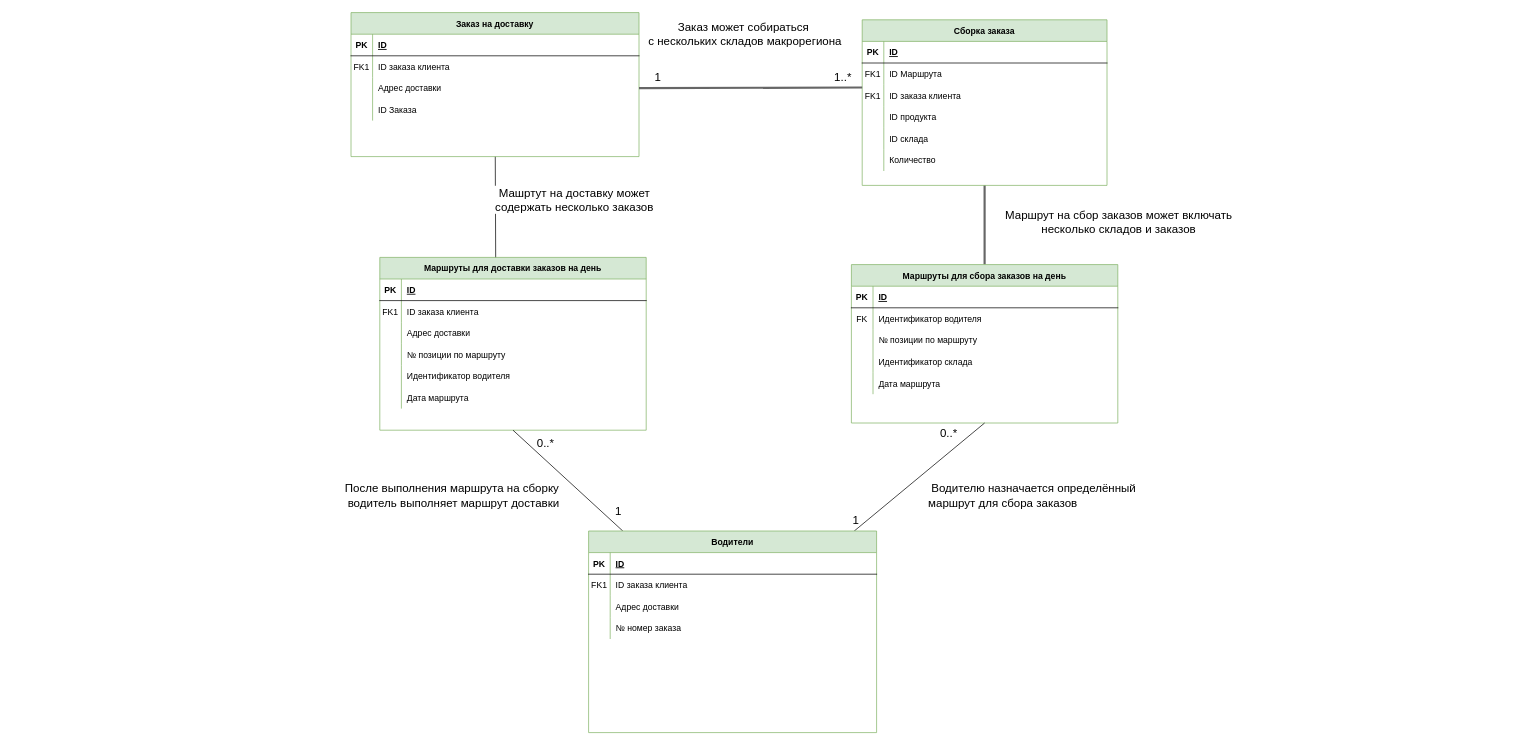
Above: ERD Доставка.drawio in getitsoIved/examplesOfArtifacts (draw.io), before the change. Source tidied: cells renumbered, new cells numbered last; positions are measured from the earlier drawing's top-left corner, leaving out a move shared by most shapes. Both pictures are drawn from the tidied source at 72%, with x=0, y=0 at pixel (351, 12).
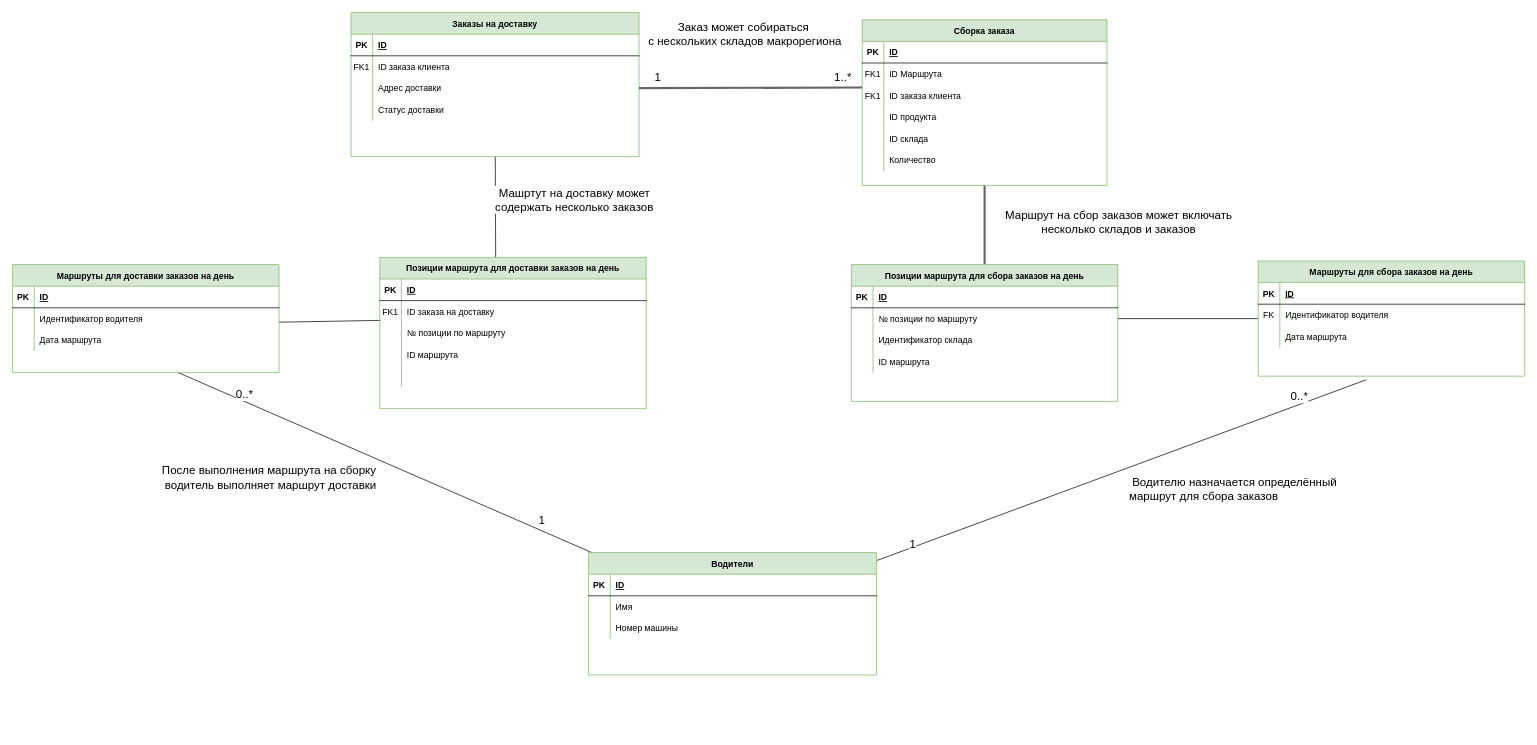
Above is the later version.

Unchanged cells that the change refers to:
```xml
<mxCell id="62" style="shape=partialRectangle;fillColor=none;points=[[0,0.5],[1,0.5]];portConstraint=eastwest;top=0;left=0;right=0;bottom=0;" parent="58" vertex="1">
  <mxGeometry y="60" width="370" height="30" as="geometry" />
</mxCell>
<mxCell id="89" style="shape=partialRectangle;fillColor=none;top=0;left=0;right=0;bottom=0;" parent="85" vertex="1">
  <mxGeometry y="60" width="400" height="30" as="geometry" />
</mxCell>
<mxCell id="92" style="shape=partialRectangle;fillColor=none;top=0;left=0;right=0;bottom=0;" parent="85" vertex="1">
  <mxGeometry y="90" width="400" height="30" as="geometry" />
</mxCell>
```

The edit, as a diff of the source:
```diff
@@
-    <mxCell id="4" value="Заказ на доставку" style="shape=table;startSize=30;childLayout=tableLayout;rowLines=0;fontStyle=1;align=center;fillColor=#d5e8d4;strokeColor=#82b366;" parent="1" vertex="1">
+    <mxCell id="4" value="Заказы на доставку" style="shape=table;startSize=30;childLayout=tableLayout;rowLines=0;fontStyle=1;align=center;fillColor=#d5e8d4;strokeColor=#82b366;" parent="1" vertex="1">
       <mxGeometry width="400" height="200" as="geometry" />
     </mxCell>
@@
-    <mxCell id="14" style="shape=partialRectangle;fillColor=none;top=0;left=0;right=0;bottom=0;" parent="4" vertex="1">
-      <mxGeometry y="120" width="400" height="30" as="geometry" />
-    </mxCell>
-    <mxCell id="15" style="shape=partialRectangle;overflow=hidden;fillColor=none;top=0;left=0;bottom=0;right=0;" parent="14" vertex="1">
-      <mxGeometry width="30" height="30" as="geometry" />
-    </mxCell>
-    <mxCell id="16" value="ID Заказа" style="shape=partialRectangle;overflow=hidden;fillColor=none;top=0;left=0;bottom=0;right=0;align=left;spacingLeft=6;" parent="14" vertex="1">
-      <mxGeometry x="30" width="370" height="30" as="geometry" />
-    </mxCell>
+    <mxCell id="98" style="shape=partialRectangle;fillColor=none;top=0;left=0;right=0;bottom=0;" parent="4" vertex="1">
+      <mxGeometry y="120" width="400" height="30" as="geometry" />
+    </mxCell>
+    <mxCell id="99" style="shape=partialRectangle;overflow=hidden;fillColor=none;top=0;left=0;bottom=0;right=0;" parent="98" vertex="1">
+      <mxGeometry width="30" height="30" as="geometry" />
+    </mxCell>
+    <mxCell id="100" value="Статус доставки" style="shape=partialRectangle;overflow=hidden;fillColor=none;top=0;left=0;bottom=0;right=0;align=left;spacingLeft=6;" parent="98" vertex="1">
+      <mxGeometry x="30" width="370" height="30" as="geometry" />
+    </mxCell>
@@
-    <mxCell id="42" value="Маршруты для сбора заказов на день" style="shape=table;startSize=30;childLayout=tableLayout;rowLines=0;fontStyle=1;align=center;fillColor=#d5e8d4;strokeColor=#82b366;" parent="1" vertex="1">
-      <mxGeometry x="695" y="350" width="370" height="220" as="geometry" />
+    <mxCell id="42" value="Позиции маршрута для сбора заказов на день" style="shape=table;startSize=30;childLayout=tableLayout;rowLines=0;fontStyle=1;align=center;fillColor=#d5e8d4;strokeColor=#82b366;" parent="1" vertex="1">
+      <mxGeometry x="695" y="350" width="370" height="190" as="geometry" />
     </mxCell>
@@
-    <mxCell id="46" style="shape=partialRectangle;fillColor=none;top=0;left=0;right=0;bottom=0;" parent="42" vertex="1">
-      <mxGeometry y="60" width="370" height="30" as="geometry" />
-    </mxCell>
-    <mxCell id="47" value="FK" style="shape=partialRectangle;overflow=hidden;fillColor=none;top=0;left=0;bottom=0;right=0;" parent="46" vertex="1">
-      <mxGeometry width="30" height="30" as="geometry" />
-    </mxCell>
-    <mxCell id="48" value="Идентификатор водителя" style="shape=partialRectangle;overflow=hidden;fillColor=none;top=0;left=0;bottom=0;right=0;align=left;spacingLeft=6;" parent="46" vertex="1">
-      <mxGeometry x="30" width="340" height="30" as="geometry" />
-    </mxCell>
     <mxCell id="49" style="shape=partialRectangle;fillColor=none;top=0;left=0;right=0;bottom=0;" parent="42" vertex="1">
-      <mxGeometry y="90" width="370" height="30" as="geometry" />
+      <mxGeometry y="60" width="370" height="30" as="geometry" />
     </mxCell>
@@
     <mxCell id="52" style="shape=partialRectangle;fillColor=none;top=0;left=0;right=0;bottom=0;" parent="42" vertex="1">
-      <mxGeometry y="120" width="370" height="30" as="geometry" />
+      <mxGeometry y="90" width="370" height="30" as="geometry" />
     </mxCell>
@@
     <mxCell id="55" style="shape=partialRectangle;fillColor=none;top=0;left=0;right=0;bottom=0;" parent="42" vertex="1">
-      <mxGeometry y="150" width="370" height="30" as="geometry" />
+      <mxGeometry y="120" width="370" height="30" as="geometry" />
     </mxCell>
@@
-    <mxCell id="57" value="Дата маршрута" style="shape=partialRectangle;overflow=hidden;fillColor=none;top=0;left=0;bottom=0;right=0;align=left;spacingLeft=6;" parent="55" vertex="1">
+    <mxCell id="57" value="ID маршрута" style="shape=partialRectangle;overflow=hidden;fillColor=none;top=0;left=0;bottom=0;right=0;align=left;spacingLeft=6;" parent="55" vertex="1">
       <mxGeometry x="30" width="340" height="30" as="geometry" />
     </mxCell>
+    <mxCell id="101" style="rounded=0;jettySize=auto;html=1;startArrow=none;startFill=0;endArrow=none;endFill=0;exitX=0.002;exitY=0.916;exitDx=0;exitDy=0;exitPerimeter=0;" parent="1" edge="1" source="62">
+      <mxGeometry relative="1" as="geometry">
+        <mxPoint x="-100" y="430" as="targetPoint" />
+      </mxGeometry>
+    </mxCell>
-    <mxCell id="58" value="Маршруты для доставки заказов на день" style="shape=table;startSize=30;childLayout=tableLayout;rowLines=0;fontStyle=1;align=center;fillColor=#d5e8d4;strokeColor=#82b366;" parent="1" vertex="1">
-      <mxGeometry x="40" y="340" width="370" height="240" as="geometry" />
+    <mxCell id="58" value="Позиции маршрута для доставки заказов на день" style="shape=table;startSize=30;childLayout=tableLayout;rowLines=0;fontStyle=1;align=center;fillColor=#d5e8d4;strokeColor=#82b366;" parent="1" vertex="1">
+      <mxGeometry x="40" y="340" width="370" height="210" as="geometry" />
     </mxCell>
@@
-    <mxCell id="64" value="ID заказа клиента" style="shape=partialRectangle;overflow=hidden;fillColor=none;top=0;left=0;bottom=0;right=0;align=left;spacingLeft=6;" parent="62" vertex="1">
+    <mxCell id="64" value="ID заказа на доставку" style="shape=partialRectangle;overflow=hidden;fillColor=none;top=0;left=0;bottom=0;right=0;align=left;spacingLeft=6;" parent="62" vertex="1">
       <mxGeometry x="30" width="340" height="30" as="geometry" />
     </mxCell>
-    <mxCell id="65" style="shape=partialRectangle;fillColor=none;top=0;left=0;right=0;bottom=0;" parent="58" vertex="1">
-      <mxGeometry y="90" width="370" height="30" as="geometry" />
-    </mxCell>
-    <mxCell id="66" style="shape=partialRectangle;overflow=hidden;fillColor=none;top=0;left=0;bottom=0;right=0;" parent="65" vertex="1">
-      <mxGeometry width="30" height="30" as="geometry" />
-    </mxCell>
-    <mxCell id="67" value="Адрес доставки" style="shape=partialRectangle;overflow=hidden;fillColor=none;top=0;left=0;bottom=0;right=0;align=left;spacingLeft=6;" parent="65" vertex="1">
-      <mxGeometry x="30" width="340" height="30" as="geometry" />
-    </mxCell>
     <mxCell id="68" style="shape=partialRectangle;fillColor=none;top=0;left=0;right=0;bottom=0;" parent="58" vertex="1">
-      <mxGeometry y="120" width="370" height="30" as="geometry" />
+      <mxGeometry y="90" width="370" height="30" as="geometry" />
     </mxCell>
@@
-    <mxCell id="71" style="shape=partialRectangle;fillColor=none;top=0;left=0;right=0;bottom=0;" parent="58" vertex="1">
-      <mxGeometry y="150" width="370" height="30" as="geometry" />
-    </mxCell>
-    <mxCell id="72" style="shape=partialRectangle;overflow=hidden;fillColor=none;top=0;left=0;bottom=0;right=0;" parent="71" vertex="1">
-      <mxGeometry width="30" height="30" as="geometry" />
-    </mxCell>
-    <mxCell id="73" value="Идентификатор водителя" style="shape=partialRectangle;overflow=hidden;fillColor=none;top=0;left=0;bottom=0;right=0;align=left;spacingLeft=6;" parent="71" vertex="1">
-      <mxGeometry x="30" width="340" height="30" as="geometry" />
-    </mxCell>
+    <mxCell id="102" style="shape=partialRectangle;fillColor=none;top=0;left=0;right=0;bottom=0;" parent="58" vertex="1">
+      <mxGeometry y="120" width="370" height="30" as="geometry" />
+    </mxCell>
+    <mxCell id="103" style="shape=partialRectangle;overflow=hidden;fillColor=none;top=0;left=0;bottom=0;right=0;" parent="102" vertex="1">
+      <mxGeometry width="30" height="30" as="geometry" />
+    </mxCell>
+    <mxCell id="104" value="ID маршрута" style="shape=partialRectangle;overflow=hidden;fillColor=none;top=0;left=0;bottom=0;right=0;align=left;spacingLeft=6;" parent="102" vertex="1">
+      <mxGeometry x="30" width="340" height="30" as="geometry" />
+    </mxCell>
     <mxCell id="74" style="shape=partialRectangle;fillColor=none;top=0;left=0;right=0;bottom=0;" parent="58" vertex="1">
-      <mxGeometry y="180" width="370" height="30" as="geometry" />
+      <mxGeometry y="150" width="370" height="30" as="geometry" />
     </mxCell>
@@
-    <mxCell id="76" value="Дата маршрута" style="shape=partialRectangle;overflow=hidden;fillColor=none;top=0;left=0;bottom=0;right=0;align=left;spacingLeft=6;" parent="74" vertex="1">
+    <mxCell id="76" style="shape=partialRectangle;overflow=hidden;fillColor=none;top=0;left=0;bottom=0;right=0;align=left;spacingLeft=6;" parent="74" vertex="1">
       <mxGeometry x="30" width="340" height="30" as="geometry" />
     </mxCell>
-    <mxCell id="77" style="rounded=0;jettySize=auto;html=1;endArrow=none;endFill=0;entryX=0.5;entryY=1;entryDx=0;entryDy=0;" parent="1" edge="1" source="85" target="58">
-      <mxGeometry relative="1" as="geometry" />
+    <mxCell id="77" style="rounded=0;jettySize=auto;html=1;endArrow=none;endFill=0;" parent="1" edge="1" source="85">
+      <mxGeometry relative="1" as="geometry">
+        <mxPoint x="-240" y="500" as="targetPoint" />
+      </mxGeometry>
     </mxCell>
@@
-    <mxCell id="81" style="rounded=0;jettySize=auto;html=1;endArrow=none;endFill=0;entryX=0.5;entryY=1;entryDx=0;entryDy=0;" parent="1" edge="1" source="85" target="42">
-      <mxGeometry relative="1" as="geometry" />
+    <mxCell id="81" style="rounded=0;jettySize=auto;html=1;endArrow=none;endFill=0;" parent="1" edge="1" source="85">
+      <mxGeometry relative="1" as="geometry">
+        <mxPoint x="1410" y="510" as="targetPoint" />
+      </mxGeometry>
     </mxCell>
@@
     <mxCell id="85" value="Водители" style="shape=table;startSize=30;childLayout=tableLayout;rowLines=0;fontStyle=1;align=center;fillColor=#d5e8d4;strokeColor=#82b366;" parent="1" vertex="1">
-      <mxGeometry x="330" y="720" width="400" height="280" as="geometry" />
+      <mxGeometry x="330" y="750" width="400" height="170" as="geometry" />
     </mxCell>
@@
-    <mxCell id="90" value="FK1" style="shape=partialRectangle;overflow=hidden;fillColor=none;top=0;left=0;bottom=0;right=0;" parent="89" vertex="1">
+    <mxCell id="90" style="shape=partialRectangle;overflow=hidden;fillColor=none;top=0;left=0;bottom=0;right=0;" parent="89" vertex="1">
       <mxGeometry width="30" height="30" as="geometry" />
     </mxCell>
-    <mxCell id="91" value="ID заказа клиента" style="shape=partialRectangle;overflow=hidden;fillColor=none;top=0;left=0;bottom=0;right=0;align=left;spacingLeft=6;" parent="89" vertex="1">
+    <mxCell id="91" value="Имя" style="shape=partialRectangle;overflow=hidden;fillColor=none;top=0;left=0;bottom=0;right=0;align=left;spacingLeft=6;" parent="89" vertex="1">
       <mxGeometry x="30" width="370" height="30" as="geometry" />
     </mxCell>
@@
-    <mxCell id="94" value="Адрес доставки" style="shape=partialRectangle;overflow=hidden;fillColor=none;top=0;left=0;bottom=0;right=0;align=left;spacingLeft=6;" parent="92" vertex="1">
+    <mxCell id="94" value="Номер машины" style="shape=partialRectangle;overflow=hidden;fillColor=none;top=0;left=0;bottom=0;right=0;align=left;spacingLeft=6;" parent="92" vertex="1">
       <mxGeometry x="30" width="370" height="30" as="geometry" />
     </mxCell>
-    <mxCell id="95" style="shape=partialRectangle;fillColor=none;top=0;left=0;right=0;bottom=0;" parent="85" vertex="1">
-      <mxGeometry y="120" width="400" height="30" as="geometry" />
-    </mxCell>
-    <mxCell id="96" style="shape=partialRectangle;overflow=hidden;fillColor=none;top=0;left=0;bottom=0;right=0;" parent="95" vertex="1">
-      <mxGeometry width="30" height="30" as="geometry" />
-    </mxCell>
-    <mxCell id="97" value="№ номер заказа" style="shape=partialRectangle;overflow=hidden;fillColor=none;top=0;left=0;bottom=0;right=0;align=left;spacingLeft=6;" parent="95" vertex="1">
-      <mxGeometry x="30" width="370" height="30" as="geometry" />
-    </mxCell>
+    <mxCell id="105" value="Маршруты для доставки заказов на день" style="shape=table;startSize=30;childLayout=tableLayout;rowLines=0;fontStyle=1;align=center;fillColor=#d5e8d4;strokeColor=#82b366;" parent="1" vertex="1">
+      <mxGeometry x="-470" y="350" width="370" height="150" as="geometry" />
+    </mxCell>
+    <mxCell id="106" style="shape=partialRectangle;fillColor=none;top=0;left=0;right=0;bottom=1;" parent="105" vertex="1">
+      <mxGeometry y="30" width="370" height="30" as="geometry" />
+    </mxCell>
+    <mxCell id="107" value="PK" style="shape=partialRectangle;overflow=hidden;fillColor=none;top=0;left=0;bottom=0;right=0;fontStyle=1;" parent="106" vertex="1">
+      <mxGeometry width="30" height="30" as="geometry" />
+    </mxCell>
+    <mxCell id="108" value="ID" style="shape=partialRectangle;overflow=hidden;fillColor=none;top=0;left=0;bottom=0;right=0;align=left;spacingLeft=6;fontStyle=5;" parent="106" vertex="1">
+      <mxGeometry x="30" width="340" height="30" as="geometry" />
+    </mxCell>
+    <mxCell id="109" style="shape=partialRectangle;fillColor=none;top=0;left=0;right=0;bottom=0;" parent="105" vertex="1">
+      <mxGeometry y="60" width="370" height="30" as="geometry" />
+    </mxCell>
+    <mxCell id="110" style="shape=partialRectangle;overflow=hidden;fillColor=none;top=0;left=0;bottom=0;right=0;" parent="109" vertex="1">
+      <mxGeometry width="30" height="30" as="geometry" />
+    </mxCell>
+    <mxCell id="111" value="Идентификатор водителя" style="shape=partialRectangle;overflow=hidden;fillColor=none;top=0;left=0;bottom=0;right=0;align=left;spacingLeft=6;" parent="109" vertex="1">
+      <mxGeometry x="30" width="340" height="30" as="geometry" />
+    </mxCell>
+    <mxCell id="112" style="shape=partialRectangle;fillColor=none;top=0;left=0;right=0;bottom=0;" parent="105" vertex="1">
+      <mxGeometry y="90" width="370" height="30" as="geometry" />
+    </mxCell>
+    <mxCell id="113" style="shape=partialRectangle;overflow=hidden;fillColor=none;top=0;left=0;bottom=0;right=0;" parent="112" vertex="1">
+      <mxGeometry width="30" height="30" as="geometry" />
+    </mxCell>
+    <mxCell id="114" value="Дата маршрута" style="shape=partialRectangle;overflow=hidden;fillColor=none;top=0;left=0;bottom=0;right=0;align=left;spacingLeft=6;" parent="112" vertex="1">
+      <mxGeometry x="30" width="340" height="30" as="geometry" />
+    </mxCell>
+    <mxCell id="115" style="edgeStyle=orthogonalEdgeStyle;rounded=0;jettySize=auto;html=1;entryX=1;entryY=0.5;entryDx=0;entryDy=0;endArrow=none;endFill=0;" parent="1" edge="1" source="116">
+      <mxGeometry relative="1" as="geometry">
+        <mxPoint x="1065" y="425" as="targetPoint" />
+      </mxGeometry>
+    </mxCell>
+    <mxCell id="116" value="Маршруты для сбора заказов на день" style="shape=table;startSize=30;childLayout=tableLayout;rowLines=0;fontStyle=1;align=center;fillColor=#d5e8d4;strokeColor=#82b366;" parent="1" vertex="1">
+      <mxGeometry x="1260" y="345" width="370" height="160" as="geometry" />
+    </mxCell>
+    <mxCell id="117" style="shape=partialRectangle;fillColor=none;top=0;left=0;right=0;bottom=1;" parent="116" vertex="1">
+      <mxGeometry y="30" width="370" height="30" as="geometry" />
+    </mxCell>
+    <mxCell id="118" value="PK" style="shape=partialRectangle;overflow=hidden;fillColor=none;top=0;left=0;bottom=0;right=0;fontStyle=1;" parent="117" vertex="1">
+      <mxGeometry width="30" height="30" as="geometry" />
+    </mxCell>
+    <mxCell id="119" value="ID" style="shape=partialRectangle;overflow=hidden;fillColor=none;top=0;left=0;bottom=0;right=0;align=left;spacingLeft=6;fontStyle=5;" parent="117" vertex="1">
+      <mxGeometry x="30" width="340" height="30" as="geometry" />
+    </mxCell>
+    <mxCell id="120" style="shape=partialRectangle;fillColor=none;top=0;left=0;right=0;bottom=0;" parent="116" vertex="1">
+      <mxGeometry y="60" width="370" height="30" as="geometry" />
+    </mxCell>
+    <mxCell id="47" value="FK" style="shape=partialRectangle;overflow=hidden;fillColor=none;top=0;left=0;bottom=0;right=0;" parent="120" vertex="1">
+      <mxGeometry width="30" height="30" as="geometry" />
+    </mxCell>
+    <mxCell id="121" value="Идентификатор водителя" style="shape=partialRectangle;overflow=hidden;fillColor=none;top=0;left=0;bottom=0;right=0;align=left;spacingLeft=6;" parent="120" vertex="1">
+      <mxGeometry x="30" width="340" height="30" as="geometry" />
+    </mxCell>
+    <mxCell id="122" style="shape=partialRectangle;fillColor=none;top=0;left=0;right=0;bottom=0;" parent="116" vertex="1">
+      <mxGeometry y="90" width="370" height="30" as="geometry" />
+    </mxCell>
+    <mxCell id="123" style="shape=partialRectangle;overflow=hidden;fillColor=none;top=0;left=0;bottom=0;right=0;" parent="122" vertex="1">
+      <mxGeometry width="30" height="30" as="geometry" />
+    </mxCell>
+    <mxCell id="124" value="Дата маршрута" style="shape=partialRectangle;overflow=hidden;fillColor=none;top=0;left=0;bottom=0;right=0;align=left;spacingLeft=6;" parent="122" vertex="1">
+      <mxGeometry x="30" width="340" height="30" as="geometry" />
+    </mxCell>
```
